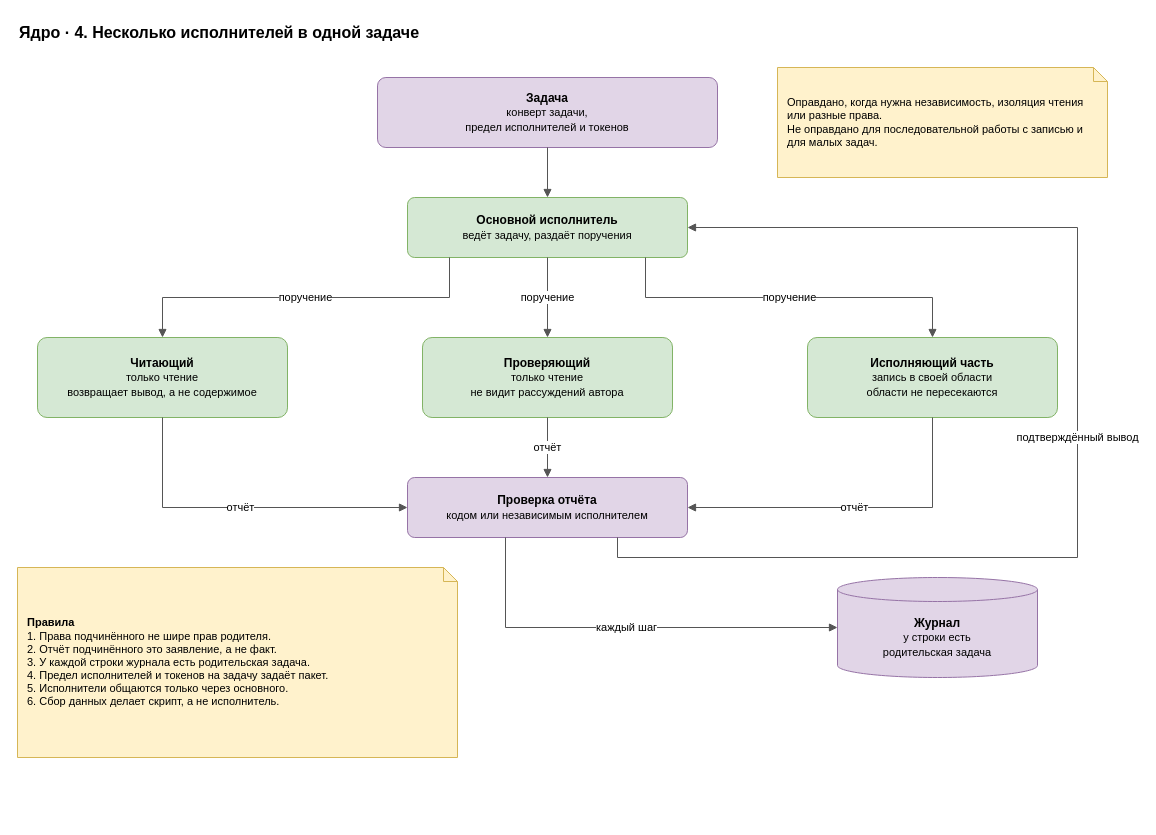
This is page "8. Несколько исполнителей" (8 of 24) of docs/spec/harness-spec.drawio from roygkov/reins, a draw.io file, before an edit. Source tidied: cells renumbered, new cells numbered last; positions are measured from the earlier drawing's top-left corner, leaving out a move shared by most shapes. Both pictures are drawn from the tidied source at 100%, with x=0, y=0 at pixel (17, 17).
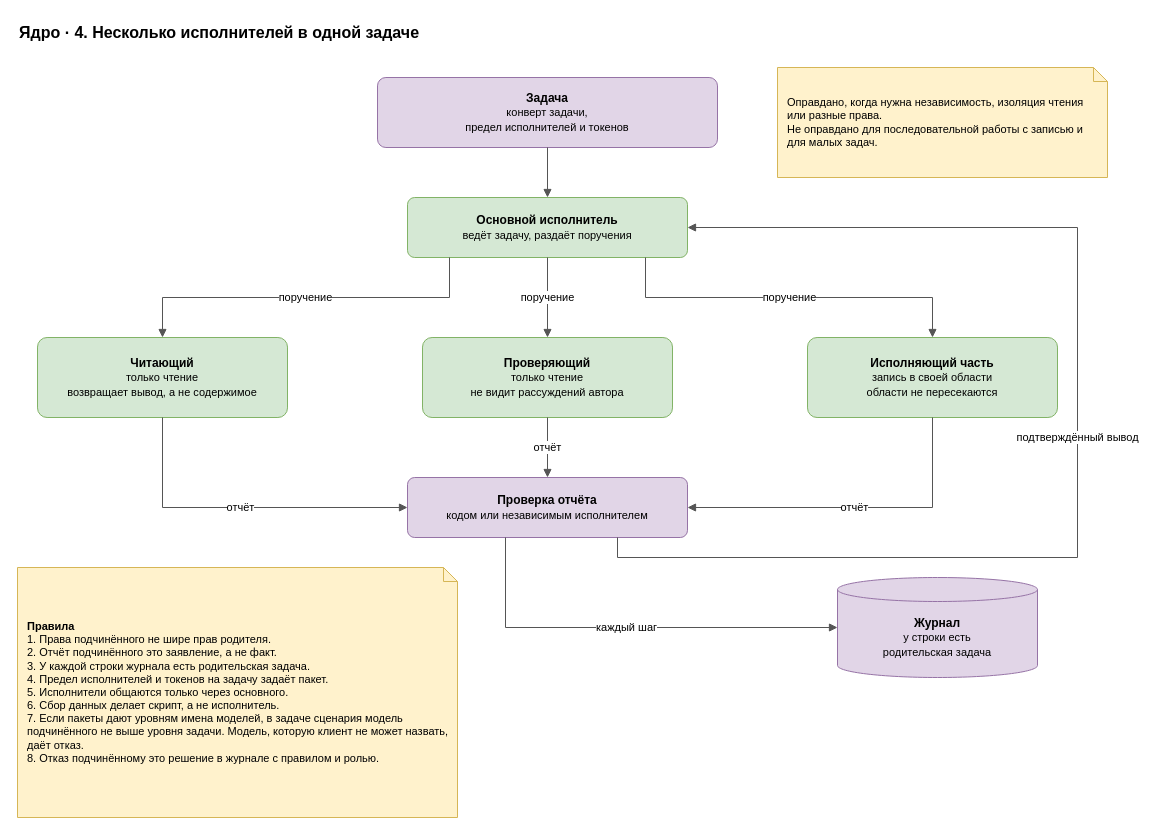
The same diagram, later.

Change to the diagram source:
```diff
@@
-    <mxCell id="20" value="&lt;b&gt;Правила&lt;/b&gt;&lt;br&gt;1. Права подчинённого не шире прав родителя.&lt;br&gt;2. Отчёт подчинённого это заявление, а не факт.&lt;br&gt;3. У каждой строки журнала есть родительская задача.&lt;br&gt;4. Предел исполнителей и токенов на задачу задаёт пакет.&lt;br&gt;5. Исполнители общаются только через основного.&lt;br&gt;6. Сбор данных делает скрипт, а не исполнитель." style="shape=note;whiteSpace=wrap;html=1;backgroundOutline=1;size=14;fillColor=#fff2cc;strokeColor=#d6b656;align=left;spacingLeft=8;spacingRight=8;fontSize=11;" parent="1" vertex="1">
-      <mxGeometry y="550" width="440" height="190" as="geometry" />
+    <mxCell id="20" value="&lt;b&gt;Правила&lt;/b&gt;&lt;br&gt;1. Права подчинённого не шире прав родителя.&lt;br&gt;2. Отчёт подчинённого это заявление, а не факт.&lt;br&gt;3. У каждой строки журнала есть родительская задача.&lt;br&gt;4. Предел исполнителей и токенов на задачу задаёт пакет.&lt;br&gt;5. Исполнители общаются только через основного.&lt;br&gt;6. Сбор данных делает скрипт, а не исполнитель.&lt;br&gt;7. Если пакеты дают уровням имена моделей, в задаче сценария модель подчинённого не выше уровня задачи. Модель, которую клиент не может назвать, даёт отказ.&lt;br&gt;8. Отказ подчинённому это решение в журнале с правилом и ролью." style="shape=note;whiteSpace=wrap;html=1;backgroundOutline=1;size=14;fillColor=#fff2cc;strokeColor=#d6b656;align=left;spacingLeft=8;spacingRight=8;fontSize=11;" parent="1" vertex="1">
+      <mxGeometry y="550" width="440" height="250" as="geometry" />
     </mxCell>
```
